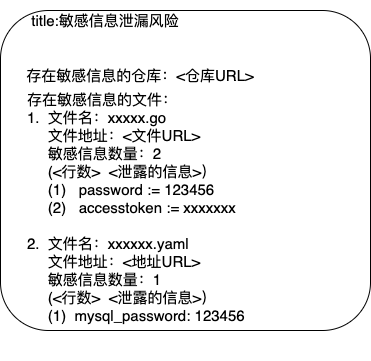
CodingFlashe/graph keeps this draw.io diagram as 敏感信息消息原型.png. Above is the earlier version. Source tidied: cells renumbered, new cells last; positions are measured from the earlier drawing's top-left corner, leaving out a move shared by most shapes.
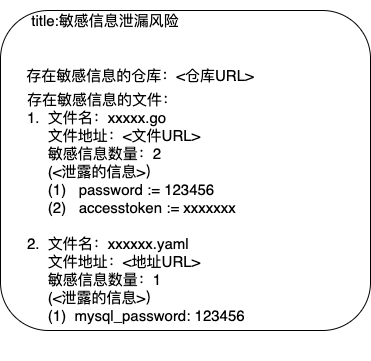
After the change.

Commit message:
更新敏感信息消息原型.png

What changed in the source:
```diff
@@ -11,7 +11,7 @@
     <mxCell id="4" value="&lt;font style=&quot;font-size: 15px;&quot;&gt;存在敏感信息的仓库：&amp;lt;仓库URL&amp;gt;&lt;/font&gt;" style="text;html=1;strokeColor=none;fillColor=none;align=center;verticalAlign=middle;whiteSpace=wrap;rounded=0;" parent="1" vertex="1">
       <mxGeometry x="25" y="60" width="230" height="30" as="geometry" />
     </mxCell>
-    <mxCell id="5" value="&lt;div style=&quot;&quot;&gt;&lt;span style=&quot;background-color: initial;&quot;&gt;存在敏感信息的文件：&lt;/span&gt;&lt;/div&gt;&lt;div style=&quot;&quot;&gt;&lt;span style=&quot;background-color: initial;&quot;&gt;&lt;span style=&quot;&quot;&gt;&lt;/span&gt;1.&amp;nbsp; 文件名：xxxxx.go&lt;br&gt;&lt;/span&gt;&lt;/div&gt;&lt;div style=&quot;&quot;&gt;&lt;span style=&quot;background-color: initial;&quot;&gt;&amp;nbsp; &amp;nbsp; &amp;nbsp;文件地址：&amp;lt;文件URL&amp;gt;&lt;span style=&quot;&quot;&gt;&#9;&lt;/span&gt;&amp;nbsp; &amp;nbsp; &amp;nbsp; &amp;nbsp; &amp;nbsp; &amp;nbsp; &amp;nbsp; &amp;nbsp;&lt;span style=&quot;&quot;&gt;&#9;&lt;/span&gt;&lt;/span&gt;&lt;/div&gt;&lt;div style=&quot;&quot;&gt;&lt;span style=&quot;background-color: initial;&quot;&gt;&amp;nbsp; &amp;nbsp; &amp;nbsp;敏感信息数量：2&lt;/span&gt;&lt;/div&gt;&lt;div style=&quot;&quot;&gt;&lt;span style=&quot;background-color: initial;&quot;&gt;&amp;nbsp; &amp;nbsp; &amp;nbsp;(&amp;lt;行数&amp;gt;&amp;nbsp; &amp;lt;泄露的信息&amp;gt;）&lt;span style=&quot;&quot;&gt;&#9;&lt;/span&gt;&lt;br&gt;&lt;/span&gt;&lt;/div&gt;&lt;div style=&quot;&quot;&gt;&lt;span style=&quot;background-color: initial;&quot;&gt;&amp;nbsp; &amp;nbsp; &amp;nbsp;(1)&amp;nbsp; &amp;nbsp;password := 123456&lt;br&gt;&lt;/span&gt;&lt;/div&gt;&lt;div style=&quot;&quot;&gt;&lt;span style=&quot;background-color: initial;&quot;&gt;&amp;nbsp; &amp;nbsp; &amp;nbsp;(2)&amp;nbsp; &amp;nbsp;accesstoken := xxxxxxx&lt;br&gt;&lt;/span&gt;&lt;/div&gt;&lt;div style=&quot;&quot;&gt;&lt;span style=&quot;background-color: initial;&quot;&gt;&amp;nbsp; &amp;nbsp; &amp;nbsp; &amp;nbsp; &amp;nbsp; &amp;nbsp;&lt;/span&gt;&lt;/div&gt;&lt;div style=&quot;&quot;&gt;&lt;span style=&quot;background-color: initial;&quot;&gt;&lt;span style=&quot;&quot;&gt;&lt;/span&gt;2.&amp;nbsp; 文件名：xxxxxx.yaml&lt;br&gt;&lt;/span&gt;&lt;/div&gt;&lt;div style=&quot;&quot;&gt;&lt;span style=&quot;background-color: initial;&quot;&gt;&lt;span style=&quot;&quot;&gt;&lt;/span&gt;&amp;nbsp; &amp;nbsp; &amp;nbsp;文件地址：&amp;lt;地址URL&amp;gt;&lt;br&gt;&lt;/span&gt;&lt;/div&gt;&lt;div style=&quot;&quot;&gt;&lt;span style=&quot;background-color: initial;&quot;&gt;&lt;span style=&quot;&quot;&gt;&lt;/span&gt;&lt;/span&gt;&amp;nbsp; &amp;nbsp; &amp;nbsp;敏感信息数量：1&lt;/div&gt;&lt;div style=&quot;border-color: var(--border-color);&quot;&gt;&lt;span style=&quot;border-color: var(--border-color); background-color: initial;&quot;&gt;&lt;span style=&quot;border-color: var(--border-color);&quot;&gt;&#9;&lt;/span&gt;&amp;nbsp; &amp;nbsp; &amp;nbsp;(&amp;lt;行数&amp;gt;&amp;nbsp; &amp;lt;泄露的信息&amp;gt;）&lt;span style=&quot;border-color: var(--border-color);&quot;&gt;&#9;&lt;/span&gt;&lt;br style=&quot;border-color: var(--border-color);&quot;&gt;&lt;/span&gt;&lt;/div&gt;&lt;div style=&quot;border-color: var(--border-color);&quot;&gt;&lt;span style=&quot;border-color: var(--border-color); background-color: initial;&quot;&gt;&lt;span style=&quot;border-color: var(--border-color);&quot;&gt;&#9;&lt;/span&gt;&amp;nbsp; &amp;nbsp; &amp;nbsp;(1)&amp;nbsp; mysql_password: 123456&lt;/span&gt;&lt;/div&gt;&lt;div style=&quot;&quot;&gt;&lt;span style=&quot;background-color: initial;&quot;&gt;&lt;span style=&quot;&quot;&gt;&#9;&lt;/span&gt;&lt;br&gt;&lt;/span&gt;&lt;/div&gt;&lt;div style=&quot;&quot;&gt;&lt;span style=&quot;background-color: initial;&quot;&gt;&lt;span style=&quot;&quot;&gt;&#9;&lt;/span&gt;&lt;br&gt;&lt;/span&gt;&lt;/div&gt;" style="text;html=1;strokeColor=none;fillColor=none;align=left;verticalAlign=middle;whiteSpace=wrap;rounded=0;fontSize=15;" parent="1" vertex="1">
+    <mxCell id="5" value="&lt;div style=&quot;&quot;&gt;&lt;span style=&quot;background-color: initial;&quot;&gt;存在敏感信息的文件：&lt;/span&gt;&lt;/div&gt;&lt;div style=&quot;&quot;&gt;&lt;span style=&quot;background-color: initial;&quot;&gt;&lt;span style=&quot;&quot;&gt;&lt;/span&gt;1.&amp;nbsp; 文件名：xxxxx.go&lt;br&gt;&lt;/span&gt;&lt;/div&gt;&lt;div style=&quot;&quot;&gt;&lt;span style=&quot;background-color: initial;&quot;&gt;&amp;nbsp; &amp;nbsp; &amp;nbsp;文件地址：&amp;lt;文件URL&amp;gt;&lt;span style=&quot;&quot;&gt;&#9;&lt;/span&gt;&amp;nbsp; &amp;nbsp; &amp;nbsp; &amp;nbsp; &amp;nbsp; &amp;nbsp; &amp;nbsp; &amp;nbsp;&lt;span style=&quot;&quot;&gt;&#9;&lt;/span&gt;&lt;/span&gt;&lt;/div&gt;&lt;div style=&quot;&quot;&gt;&lt;span style=&quot;background-color: initial;&quot;&gt;&amp;nbsp; &amp;nbsp; &amp;nbsp;敏感信息数量：2&lt;/span&gt;&lt;/div&gt;&lt;div style=&quot;&quot;&gt;&lt;span style=&quot;background-color: initial;&quot;&gt;&amp;nbsp; &amp;nbsp; &amp;nbsp;(&amp;lt;泄露的信息&amp;gt;）&lt;span style=&quot;&quot;&gt;&#9;&lt;/span&gt;&lt;br&gt;&lt;/span&gt;&lt;/div&gt;&lt;div style=&quot;&quot;&gt;&lt;span style=&quot;background-color: initial;&quot;&gt;&amp;nbsp; &amp;nbsp; &amp;nbsp;(1)&amp;nbsp; &amp;nbsp;password := 123456&lt;br&gt;&lt;/span&gt;&lt;/div&gt;&lt;div style=&quot;&quot;&gt;&lt;span style=&quot;background-color: initial;&quot;&gt;&amp;nbsp; &amp;nbsp; &amp;nbsp;(2)&amp;nbsp; &amp;nbsp;accesstoken := xxxxxxx&lt;br&gt;&lt;/span&gt;&lt;/div&gt;&lt;div style=&quot;&quot;&gt;&lt;span style=&quot;background-color: initial;&quot;&gt;&amp;nbsp; &amp;nbsp; &amp;nbsp; &amp;nbsp; &amp;nbsp; &amp;nbsp;&lt;/span&gt;&lt;/div&gt;&lt;div style=&quot;&quot;&gt;&lt;span style=&quot;background-color: initial;&quot;&gt;&lt;span style=&quot;&quot;&gt;&lt;/span&gt;2.&amp;nbsp; 文件名：xxxxxx.yaml&lt;br&gt;&lt;/span&gt;&lt;/div&gt;&lt;div style=&quot;&quot;&gt;&lt;span style=&quot;background-color: initial;&quot;&gt;&lt;span style=&quot;&quot;&gt;&lt;/span&gt;&amp;nbsp; &amp;nbsp; &amp;nbsp;文件地址：&amp;lt;地址URL&amp;gt;&lt;br&gt;&lt;/span&gt;&lt;/div&gt;&lt;div style=&quot;&quot;&gt;&lt;span style=&quot;background-color: initial;&quot;&gt;&lt;span style=&quot;&quot;&gt;&lt;/span&gt;&lt;/span&gt;&amp;nbsp; &amp;nbsp; &amp;nbsp;敏感信息数量：1&lt;/div&gt;&lt;div style=&quot;border-color: var(--border-color);&quot;&gt;&lt;span style=&quot;border-color: var(--border-color); background-color: initial;&quot;&gt;&lt;span style=&quot;border-color: var(--border-color);&quot;&gt;&#9;&lt;/span&gt;&amp;nbsp; &amp;nbsp; &amp;nbsp;(&amp;lt;泄露的信息&amp;gt;）&lt;span style=&quot;border-color: var(--border-color);&quot;&gt;&#9;&lt;/span&gt;&lt;br style=&quot;border-color: var(--border-color);&quot;&gt;&lt;/span&gt;&lt;/div&gt;&lt;div style=&quot;border-color: var(--border-color);&quot;&gt;&lt;span style=&quot;border-color: var(--border-color); background-color: initial;&quot;&gt;&lt;span style=&quot;border-color: var(--border-color);&quot;&gt;&#9;&lt;/span&gt;&amp;nbsp; &amp;nbsp; &amp;nbsp;(1)&amp;nbsp; mysql_password: 123456&lt;/span&gt;&lt;/div&gt;&lt;div style=&quot;&quot;&gt;&lt;span style=&quot;background-color: initial;&quot;&gt;&lt;span style=&quot;&quot;&gt;&#9;&lt;/span&gt;&lt;br&gt;&lt;/span&gt;&lt;/div&gt;&lt;div style=&quot;&quot;&gt;&lt;span style=&quot;background-color: initial;&quot;&gt;&lt;span style=&quot;&quot;&gt;&#9;&lt;/span&gt;&lt;br&gt;&lt;/span&gt;&lt;/div&gt;" style="text;html=1;strokeColor=none;fillColor=none;align=left;verticalAlign=middle;whiteSpace=wrap;rounded=0;fontSize=15;" parent="1" vertex="1">
       <mxGeometry x="25" y="100" width="345" height="250" as="geometry" />
     </mxCell>
   </root>
```
